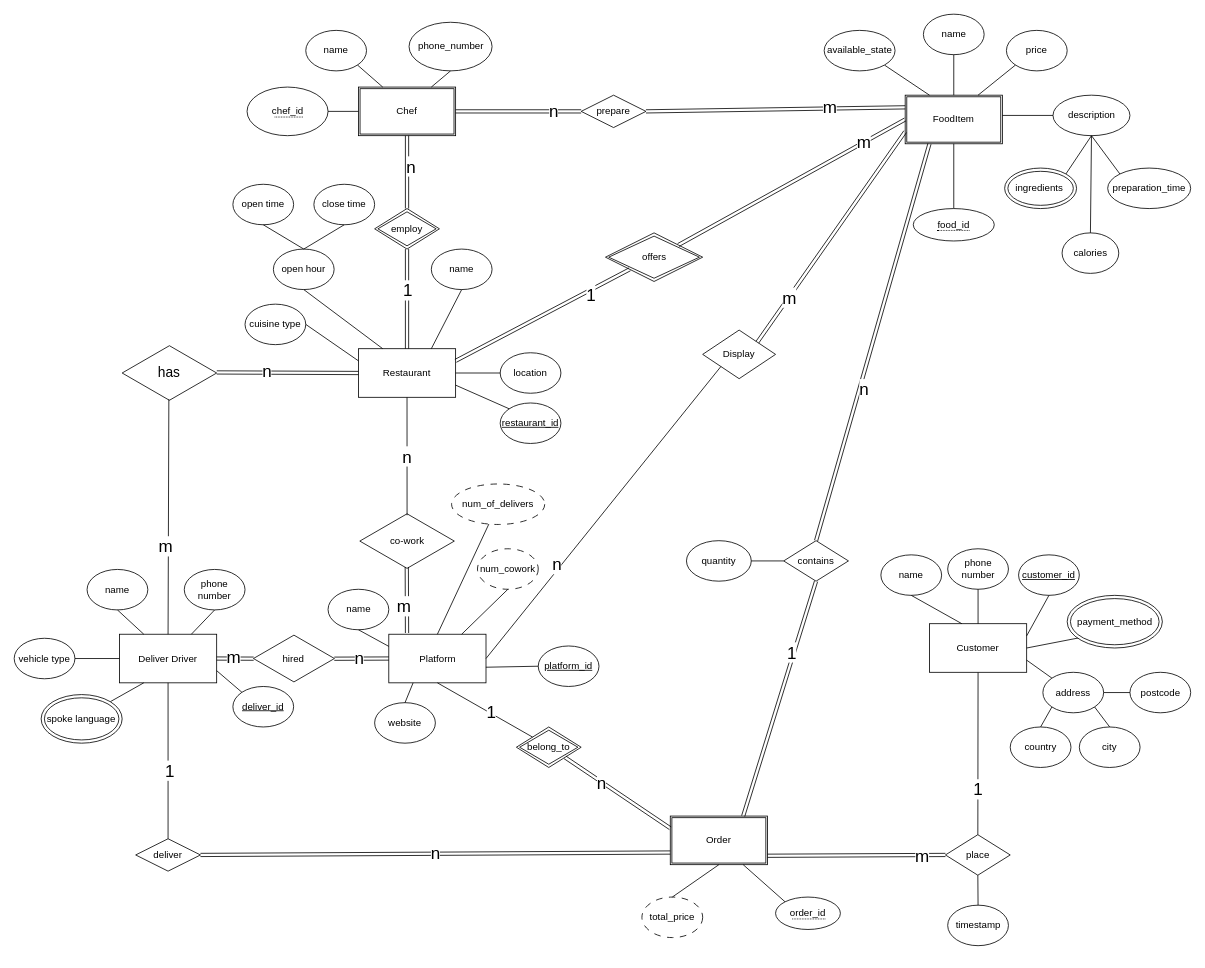
Above: img/assignment1-ver2.drawio in MutianLiu110/JavaEESampleProject (draw.io), before the change. Source tidied: cells renumbered, new cells numbered last; positions are measured from the earlier drawing's top-left corner, leaving out a move shared by most shapes. Both pictures are drawn from the tidied source at 81%, with x=0, y=0 at pixel (14, 14).
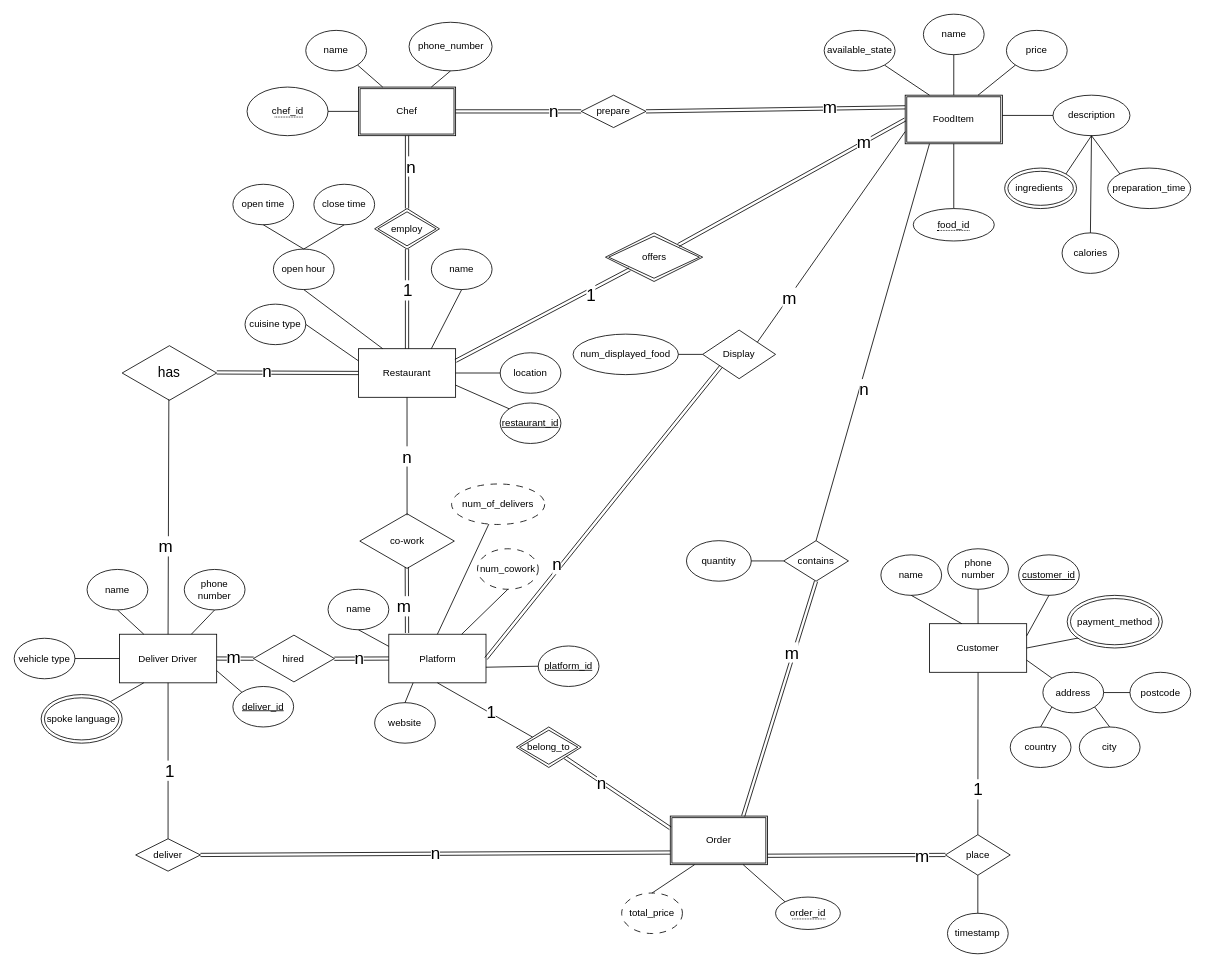
After the change.

The change refers to these unchanged cells:
```xml
<mxCell id="4" value="Platform" style="rounded=0;whiteSpace=wrap;html=1;" parent="1" vertex="1">
  <mxGeometry x="462.5" y="765.5" width="120" height="60" as="geometry" />
</mxCell>
<mxCell id="7" value="Order" style="shape=ext;double=1;rounded=0;whiteSpace=wrap;html=1;" parent="1" vertex="1">
  <mxGeometry x="810" y="990" width="120" height="60" as="geometry" />
</mxCell>
<mxCell id="17" value="FoodItem" style="shape=ext;double=1;rounded=0;whiteSpace=wrap;html=1;" parent="1" vertex="1">
  <mxGeometry x="1100" y="100" width="120" height="60" as="geometry" />
</mxCell>
<mxCell id="34" value="contains" style="rhombus;whiteSpace=wrap;html=1;" parent="1" vertex="1">
  <mxGeometry x="950" y="650" width="80" height="50" as="geometry" />
</mxCell>
<mxCell id="35" style="endArrow=none;html=1;rounded=0;exitX=0.75;exitY=0;exitDx=0;exitDy=0;entryX=0.5;entryY=1;entryDx=0;entryDy=0;shape=link;" parent="1" edge="1" source="7" target="34">
  <mxGeometry relative="1" as="geometry" />
</mxCell>
<mxCell id="59" value="Display" style="rhombus;whiteSpace=wrap;html=1;" parent="1" vertex="1">
  <mxGeometry x="850" y="390" width="90" height="60" as="geometry" />
</mxCell>
```

Diff of the diagram source:
```diff
@@
-    <mxCell id="36" value="&lt;font style=&quot;font-size: 21px;&quot;&gt;1&lt;/font&gt;" style="edgeLabel;html=1;align=center;verticalAlign=middle;" parent="35" vertex="1">
+    <mxCell id="36" value="&lt;span style=&quot;font-size: 21px;&quot;&gt;m&lt;/span&gt;" style="edgeLabel;html=1;align=center;verticalAlign=middle;" parent="35" vertex="1">
       <mxGeometry x="0.39" y="3" relative="1" as="geometry" />
     </mxCell>
-    <mxCell id="37" style="endArrow=none;html=1;rounded=0;exitX=0.25;exitY=1;exitDx=0;exitDy=0;entryX=0.5;entryY=0;entryDx=0;entryDy=0;shape=link;" parent="1" edge="1" source="17" target="34">
+    <mxCell id="37" style="endArrow=none;html=1;rounded=0;exitX=0.25;exitY=1;exitDx=0;exitDy=0;entryX=0.5;entryY=0;entryDx=0;entryDy=0;" parent="1" edge="1" source="17" target="34">
       <mxGeometry relative="1" as="geometry" />
     </mxCell>
@@
-    <mxCell id="60" style="endArrow=none;html=1;rounded=0;exitX=1;exitY=0.5;exitDx=0;exitDy=0;entryX=0;entryY=1;entryDx=0;entryDy=0;" parent="1" edge="1" source="4" target="59">
+    <mxCell id="60" style="endArrow=none;html=1;rounded=0;exitX=1;exitY=0.5;exitDx=0;exitDy=0;entryX=0;entryY=1;entryDx=0;entryDy=0;shape=link;" parent="1" edge="1" source="4" target="59">
       <mxGeometry relative="1" as="geometry" />
     </mxCell>
@@
-    <mxCell id="62" style="endArrow=none;html=1;rounded=0;exitX=1;exitY=0;exitDx=0;exitDy=0;entryX=0;entryY=0.75;entryDx=0;entryDy=0;shape=link;" parent="1" edge="1" source="59" target="17">
+    <mxCell id="62" style="endArrow=none;html=1;rounded=0;exitX=1;exitY=0;exitDx=0;exitDy=0;entryX=0;entryY=0.75;entryDx=0;entryDy=0;" parent="1" edge="1" source="59" target="17">
       <mxGeometry relative="1" as="geometry" />
     </mxCell>
@@
     <mxCell id="122" value="timestamp" style="ellipse;whiteSpace=wrap;html=1;" parent="1" vertex="1">
-      <mxGeometry x="1152.5" y="1100" width="75" height="50" as="geometry" />
+      <mxGeometry x="1152.2" y="1110" width="75" height="50" as="geometry" />
     </mxCell>
     <mxCell id="123" value="total_price" style="ellipse;whiteSpace=wrap;html=1;dashed=1;dashPattern=8 8;" parent="1" vertex="1">
-      <mxGeometry x="775" y="1090" width="75" height="50" as="geometry" />
+      <mxGeometry x="750" y="1085" width="75" height="50" as="geometry" />
     </mxCell>
@@
-    <mxCell id="125" style="endArrow=none;html=1;rounded=0;entryX=0.5;entryY=0;entryDx=0;entryDy=0;exitX=0.5;exitY=1;exitDx=0;exitDy=0;" parent="1" edge="1" source="7" target="123">
+    <mxCell id="125" style="endArrow=none;html=1;rounded=0;entryX=0.5;entryY=0;entryDx=0;entryDy=0;exitX=0.25;exitY=1;exitDx=0;exitDy=0;" parent="1" edge="1" source="7" target="123">
       <mxGeometry relative="1" as="geometry" />
     </mxCell>
@@
+    <mxCell id="143" value="num_displayed_food" style="ellipse;whiteSpace=wrap;html=1;" parent="1" vertex="1">
+      <mxGeometry x="690" y="395" width="130" height="50" as="geometry" />
+    </mxCell>
+    <mxCell id="144" style="endArrow=none;html=1;rounded=0;exitX=1;exitY=0.5;exitDx=0;exitDy=0;" parent="1" edge="1" source="143">
+      <mxGeometry relative="1" as="geometry">
+        <mxPoint x="850" y="420" as="targetPoint" />
+      </mxGeometry>
+    </mxCell>
```
